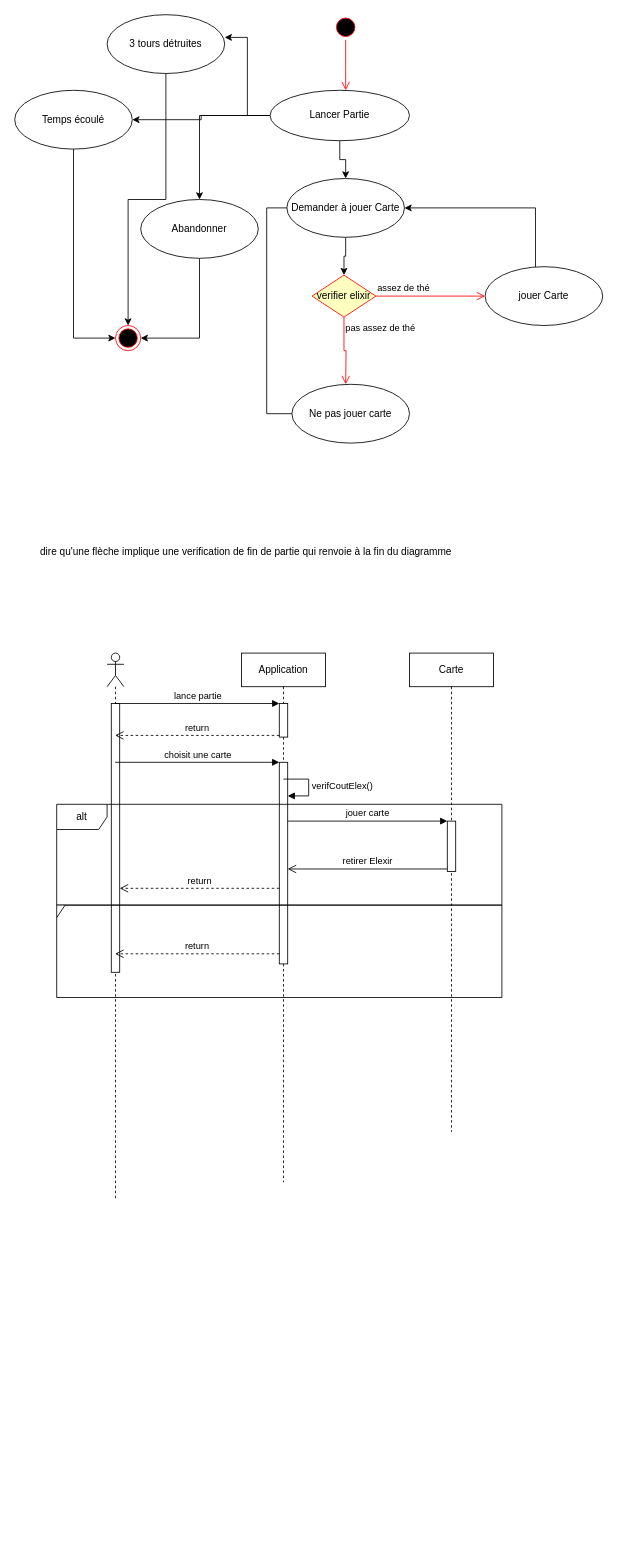
Earlier version of the draw.io diagram LesDeux.drawio (l-busca/ProjetUML_Busca_Jacques_Mathieu_Schneider). Source tidied: cells renumbered, new cells numbered last; positions are measured from the earlier drawing's top-left corner, leaving out a move shared by most shapes. Both pictures are drawn from the tidied source at 84%, with x=0, y=0 at pixel (14, 14).
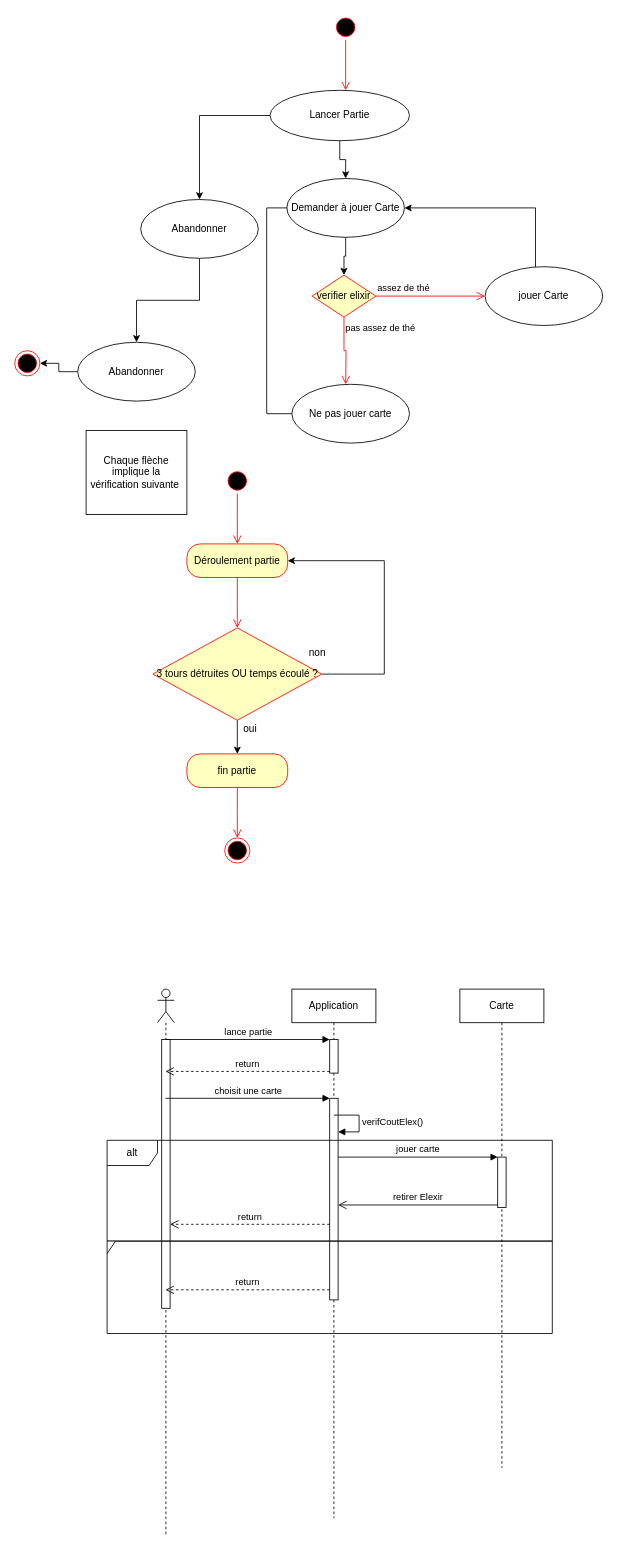
The same diagram, later.

Commit message (it also covers changes not shown here):
Ajout modif déroulement partie

The change refers to these unchanged cells:
```xml
<mxCell id="8" value="Lancer Partie" style="ellipse;whiteSpace=wrap;html=1;" parent="1" vertex="1">
  <mxGeometry x="304" y="90" width="166" height="60" as="geometry" />
</mxCell>
<mxCell id="23" value="Abandonner" style="ellipse;whiteSpace=wrap;html=1;" parent="1" vertex="1">
  <mxGeometry x="150" y="220" width="140" height="70" as="geometry" />
</mxCell>
<mxCell id="27" style="html=1;points=[];perimeter=orthogonalPerimeter;" parent="26" vertex="1">
  <mxGeometry x="5" y="60" width="10" height="320" as="geometry" />
</mxCell>
<mxCell id="31" style="html=1;points=[];perimeter=orthogonalPerimeter;" parent="29" vertex="1">
  <mxGeometry x="45" y="130" width="10" height="240" as="geometry" />
</mxCell>
```

The edit, as a diff of the source:
```diff
@@
-    <mxCell id="4" style="edgeStyle=orthogonalEdgeStyle;rounded=0;jettySize=auto;html=1;entryX=1;entryY=0.386;entryDx=0;entryDy=0;entryPerimeter=0;" parent="1" edge="1" source="8" target="11">
-      <mxGeometry relative="1" as="geometry" />
-    </mxCell>
-    <mxCell id="5" style="edgeStyle=orthogonalEdgeStyle;rounded=0;jettySize=auto;html=1;" parent="1" edge="1" source="8" target="13">
-      <mxGeometry relative="1" as="geometry" />
-    </mxCell>
@@
-    <mxCell id="9" style="ellipse;html=1;shape=endState;fillColor=#000000;strokeColor=#ff0000;" parent="1" vertex="1">
-      <mxGeometry x="120" y="370" width="30" height="30" as="geometry" />
-    </mxCell>
-    <mxCell id="10" style="edgeStyle=orthogonalEdgeStyle;rounded=0;jettySize=auto;html=1;exitX=0.5;exitY=1;exitDx=0;exitDy=0;" parent="1" edge="1" source="11" target="9">
-      <mxGeometry relative="1" as="geometry" />
-    </mxCell>
-    <mxCell id="11" value="3 tours détruites" style="ellipse;whiteSpace=wrap;html=1;" parent="1" vertex="1">
-      <mxGeometry x="110" width="140" height="70" as="geometry" />
-    </mxCell>
-    <mxCell id="12" style="edgeStyle=orthogonalEdgeStyle;rounded=0;jettySize=auto;html=1;entryX=0;entryY=0.5;entryDx=0;entryDy=0;" parent="1" edge="1" source="13" target="9">
-      <mxGeometry relative="1" as="geometry" />
-    </mxCell>
-    <mxCell id="13" value="Temps écoulé" style="ellipse;whiteSpace=wrap;html=1;" parent="1" vertex="1">
-      <mxGeometry y="90" width="140" height="70" as="geometry" />
-    </mxCell>
@@
-    <mxCell id="22" style="edgeStyle=orthogonalEdgeStyle;rounded=0;jettySize=auto;html=1;entryX=1;entryY=0.5;entryDx=0;entryDy=0;" parent="1" edge="1" source="23" target="9">
+    <mxCell id="22" style="edgeStyle=orthogonalEdgeStyle;rounded=0;jettySize=auto;html=1;entryX=0.5;entryY=0;entryDx=0;entryDy=0;" parent="1" edge="1" source="23" target="57">
       <mxGeometry relative="1" as="geometry" />
     </mxCell>
@@
-    <mxCell id="25" value="dire qu'une flèche implique une verification de fin de partie qui renvoie à la fin du diagramme" style="text;html=1;align=center;verticalAlign=middle;strokeColor=none;fillColor=none;" parent="1" vertex="1">
-      <mxGeometry x="20" y="630" width="510" height="20" as="geometry" />
-    </mxCell>
     <mxCell id="26" style="shape=umlLifeline;participant=umlActor;perimeter=lifelinePerimeter;whiteSpace=wrap;html=1;verticalAlign=top;spacingTop=36;outlineConnect=0;" parent="1" vertex="1">
-      <mxGeometry x="110" y="760" width="20" height="650" as="geometry" />
+      <mxGeometry x="170" y="1160" width="20" height="650" as="geometry" />
     </mxCell>
@@
     <mxCell id="28" value="Carte" style="shape=umlLifeline;perimeter=lifelinePerimeter;whiteSpace=wrap;html=1;" parent="1" vertex="1">
-      <mxGeometry x="470" y="760" width="100" height="570" as="geometry" />
+      <mxGeometry x="530" y="1160" width="100" height="570" as="geometry" />
     </mxCell>
     <mxCell id="29" value="Application" style="shape=umlLifeline;perimeter=lifelinePerimeter;whiteSpace=wrap;html=1;" parent="1" vertex="1">
-      <mxGeometry x="270" y="760" width="100" height="630" as="geometry" />
+      <mxGeometry x="330" y="1160" width="100" height="630" as="geometry" />
     </mxCell>
@@
     <mxCell id="37" value="alt" style="shape=umlFrame;whiteSpace=wrap;html=1;" parent="1" vertex="1">
-      <mxGeometry x="50" y="940" width="530" height="120" as="geometry" />
+      <mxGeometry x="110" y="1340" width="530" height="120" as="geometry" />
     </mxCell>
     <mxCell id="38" style="html=1;points=[];perimeter=orthogonalPerimeter;" parent="1" vertex="1">
-      <mxGeometry x="515" y="960" width="10" height="60" as="geometry" />
+      <mxGeometry x="575" y="1360" width="10" height="60" as="geometry" />
     </mxCell>
@@
     <mxCell id="41" value="return" style="html=1;verticalAlign=bottom;endArrow=open;dashed=1;endSize=8;rounded=0;" parent="1" edge="1" source="31" target="27">
       <mxGeometry relative="1" as="geometry">
         <Array as="points">
-          <mxPoint x="270" y="1040" />
+          <mxPoint x="330" y="1440" />
         </Array>
       </mxGeometry>
     </mxCell>
     <mxCell id="42" style="shape=umlFrame;whiteSpace=wrap;html=1;width=10;height=15;" parent="1" vertex="1">
-      <mxGeometry x="50" y="1060" width="530" height="110" as="geometry" />
+      <mxGeometry x="110" y="1460" width="530" height="110" as="geometry" />
     </mxCell>
+    <mxCell id="43" value="Chaque flèche implique la vérification suivante&amp;nbsp;" style="rounded=0;whiteSpace=wrap;html=1;" parent="1" vertex="1">
+      <mxGeometry x="85" y="495" width="120" height="100" as="geometry" />
+    </mxCell>
+    <mxCell id="44" style="ellipse;html=1;shape=startState;fillColor=#000000;strokeColor=#ff0000;" parent="1" vertex="1">
+      <mxGeometry x="250" y="540" width="30" height="30" as="geometry" />
+    </mxCell>
+    <mxCell id="45" style="edgeStyle=orthogonalEdgeStyle;html=1;verticalAlign=bottom;endArrow=open;endSize=8;strokeColor=#ff0000;rounded=0;" parent="1" edge="1" source="44">
+      <mxGeometry relative="1" as="geometry">
+        <mxPoint x="265" y="630" as="targetPoint" />
+      </mxGeometry>
+    </mxCell>
+    <mxCell id="46" value="Déroulement partie" style="rounded=1;whiteSpace=wrap;html=1;arcSize=40;fontColor=#000000;fillColor=#ffffc0;strokeColor=#ff0000;" parent="1" vertex="1">
+      <mxGeometry x="205" y="630" width="120" height="40" as="geometry" />
+    </mxCell>
+    <mxCell id="47" style="edgeStyle=orthogonalEdgeStyle;html=1;verticalAlign=bottom;endArrow=open;endSize=8;strokeColor=#ff0000;rounded=0;" parent="1" edge="1" source="46">
+      <mxGeometry relative="1" as="geometry">
+        <mxPoint x="265" y="730" as="targetPoint" />
+      </mxGeometry>
+    </mxCell>
+    <mxCell id="48" style="edgeStyle=orthogonalEdgeStyle;rounded=0;jettySize=auto;html=1;entryX=1;entryY=0.5;entryDx=0;entryDy=0;" parent="1" edge="1" source="50" target="46">
+      <mxGeometry relative="1" as="geometry">
+        <Array as="points">
+          <mxPoint x="440" y="785" />
+          <mxPoint x="440" y="650" />
+        </Array>
+      </mxGeometry>
+    </mxCell>
+    <mxCell id="49" style="edgeStyle=orthogonalEdgeStyle;rounded=0;jettySize=auto;html=1;entryX=0.5;entryY=0;entryDx=0;entryDy=0;" parent="1" edge="1" source="50">
+      <mxGeometry relative="1" as="geometry">
+        <mxPoint x="265" y="880" as="targetPoint" />
+      </mxGeometry>
+    </mxCell>
+    <mxCell id="50" value="&lt;font color=&quot;#000000&quot;&gt;3 tours détruites OU temps écoulé ?&lt;/font&gt;" style="rhombus;whiteSpace=wrap;html=1;fillColor=#ffffc0;strokeColor=#ff0000;" parent="1" vertex="1">
+      <mxGeometry x="164.5" y="730" width="201" height="110" as="geometry" />
+    </mxCell>
+    <mxCell id="51" value="non" style="text;html=1;align=center;verticalAlign=middle;strokeColor=none;fillColor=none;" parent="1" vertex="1">
+      <mxGeometry x="340" y="750" width="40" height="20" as="geometry" />
+    </mxCell>
+    <mxCell id="52" value="oui" style="text;html=1;align=center;verticalAlign=middle;strokeColor=none;fillColor=none;" parent="1" vertex="1">
+      <mxGeometry x="265" y="840" width="30" height="20" as="geometry" />
+    </mxCell>
+    <mxCell id="53" value="fin partie" style="rounded=1;whiteSpace=wrap;html=1;arcSize=40;fontColor=#000000;fillColor=#ffffc0;strokeColor=#ff0000;" parent="1" vertex="1">
+      <mxGeometry x="205" y="880" width="120" height="40" as="geometry" />
+    </mxCell>
+    <mxCell id="54" style="edgeStyle=orthogonalEdgeStyle;html=1;verticalAlign=bottom;endArrow=open;endSize=8;strokeColor=#ff0000;rounded=0;" parent="1" edge="1" source="53">
+      <mxGeometry relative="1" as="geometry">
+        <mxPoint x="265" y="980" as="targetPoint" />
+      </mxGeometry>
+    </mxCell>
+    <mxCell id="55" style="ellipse;html=1;shape=endState;fillColor=#000000;strokeColor=#ff0000;" parent="1" vertex="1">
+      <mxGeometry x="250" y="980" width="30" height="30" as="geometry" />
+    </mxCell>
+    <mxCell id="56" style="edgeStyle=orthogonalEdgeStyle;rounded=0;jettySize=auto;html=1;exitX=0;exitY=0.5;exitDx=0;exitDy=0;entryX=1;entryY=0.5;entryDx=0;entryDy=0;" parent="1" edge="1" source="57" target="58">
+      <mxGeometry relative="1" as="geometry" />
+    </mxCell>
+    <mxCell id="57" value="Abandonner" style="ellipse;whiteSpace=wrap;html=1;" parent="1" vertex="1">
+      <mxGeometry x="75" y="390" width="140" height="70" as="geometry" />
+    </mxCell>
+    <mxCell id="58" style="ellipse;html=1;shape=endState;fillColor=#000000;strokeColor=#ff0000;" parent="1" vertex="1">
+      <mxGeometry y="400" width="30" height="30" as="geometry" />
+    </mxCell>
```
